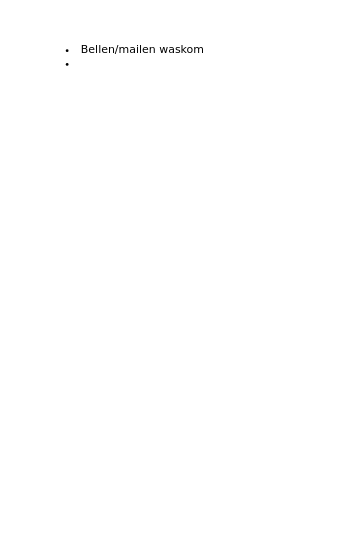
JanFase/0_vs_1_meting keeps this draw.io diagram as Jf_todo.drawio. Above is the earlier version. Source tidied: cells renumbered, new cells numbered last; positions are measured from the earlier drawing's top-left corner, leaving out a move shared by most shapes. Both pictures are drawn from the tidied source at 137%, with x=0, y=0 at pixel (23, 23).
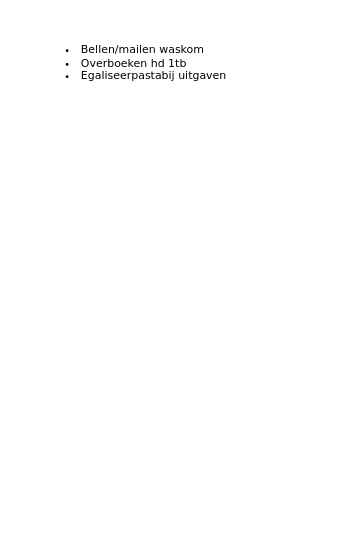
The same page after the edit.

What changed in the source:
```diff
@@
 <mxGraphModel>
   <root>
     <mxCell id="0" />
     <mxCell id="1" parent="0" />
-    <mxCell id="2" value="&lt;ul&gt;&lt;li&gt;Bellen/mailen waskom&lt;/li&gt;&lt;li&gt;&lt;br&gt;&lt;/li&gt;&lt;/ul&gt;" style="text;strokeColor=none;align=left;fillColor=none;html=1;verticalAlign=top;whiteSpace=wrap;rounded=0;fontSize=8;fontFamily=Verdana;" parent="1" vertex="1">
+    <mxCell id="2" value="&lt;ul&gt;&lt;li&gt;Bellen/mailen waskom&lt;/li&gt;&lt;li&gt;Overboeken hd 1tb&lt;/li&gt;&lt;li&gt;Egaliseerpastabij uitgaven&lt;/li&gt;&lt;/ul&gt;" style="text;strokeColor=none;align=left;fillColor=none;html=1;verticalAlign=top;whiteSpace=wrap;rounded=0;fontSize=8;fontFamily=Verdana;" parent="1" vertex="1">
       <mxGeometry width="230" height="360" as="geometry" />
     </mxCell>
   </root>
 </mxGraphModel>
```
